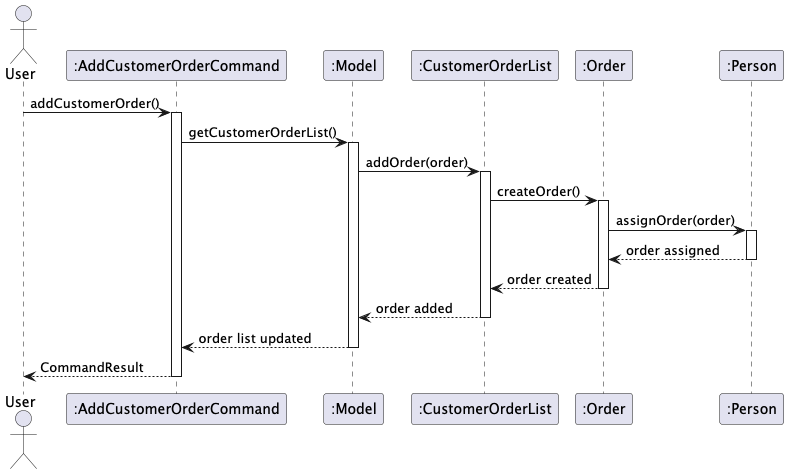
Before: docs/images/DeleteCustomerOrderSequenceDiagram.png, a diagram exported from PlantUML (nus-cs2103-AY2425S1/tp).
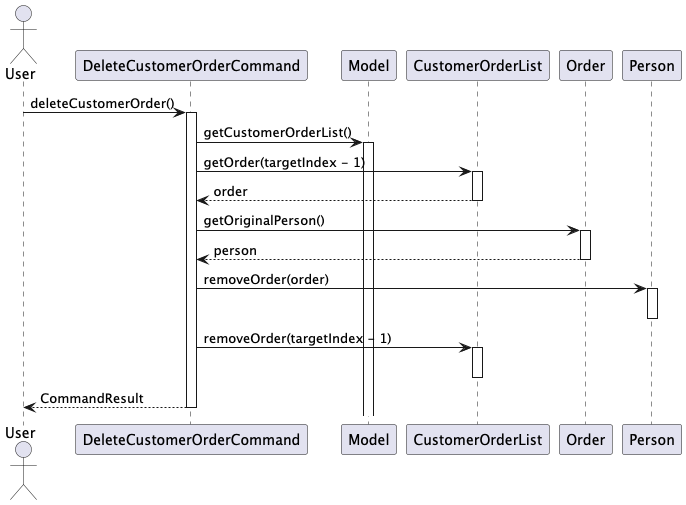
Above is the later version.

Commit message:
Update DG sequence diagrams

Diff of the diagram source:
```diff
@@ -1,29 +1,29 @@
 @startuml
 actor User
-participant ":AddCustomerOrderCommand" as ACC
-participant ":Model" as M
-participant ":CustomerOrderList" as COL
-participant ":Order" as O
-participant ":Person" as P
+participant "DeleteCustomerOrderCommand" as DCC
+participant "Model" as M
+participant "CustomerOrderList" as COL
+participant "Order" as O
+participant "Person" as P
 
-User -> ACC: addCustomerOrder()
-activate ACC
-ACC -> M: getCustomerOrderList()
+User -> DCC: deleteCustomerOrder()
+activate DCC
+DCC -> M: getCustomerOrderList()
 activate M
-M -> COL: addOrder(order)
+DCC -> COL: getOrder(targetIndex - 1)
 activate COL
-COL -> O: createOrder()
+COL --> DCC: order
+deactivate COL
+DCC -> O: getOriginalPerson()
 activate O
-O -> P: assignOrder(order)
+O --> DCC: person
+deactivate O
+DCC -> P: removeOrder(order)
 activate P
-P --> O: order assigned
 deactivate P
-O --> COL: order created
-deactivate O
-COL --> M: order added
+DCC -> COL: removeOrder(targetIndex - 1)
+activate COL
 deactivate COL
-M --> ACC: order list updated
-deactivate M
-ACC --> User: CommandResult
-deactivate ACC
+DCC --> User: CommandResult
+deactivate DCC
 @enduml
```
